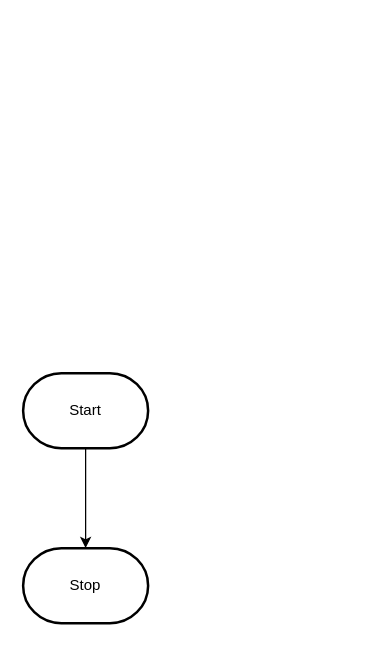
Before: design/flowchart.drawio in MTHS-ICS2O-2-2022/ICS2O-Unit-3-04-Yuri-Gabutero24, a draw.io diagram. Source tidied: cells renumbered, new cells numbered last; positions are measured from the earlier drawing's top-left corner, leaving out a move shared by most shapes. Both pictures are drawn from the tidied source at 125%, with x=0, y=0 at pixel (22, 372).
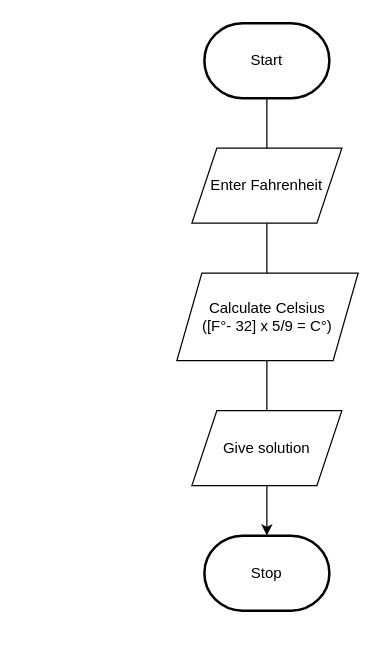
After the change.

What changed in the source:
```diff
@@
 <mxGraphModel>
   <root>
     <mxCell id="0" />
     <mxCell id="1" parent="0" />
+    <mxCell id="5" style="edgeStyle=orthogonalEdgeStyle;html=1;rounded=0;endArrow=none;" parent="1" edge="1" source="3" target="8">
+      <mxGeometry relative="1" as="geometry" />
+    </mxCell>
-    <mxCell id="2" style="edgeStyle=orthogonalEdgeStyle;html=1;rounded=0;" parent="1" edge="1" source="3" target="4">
+    <mxCell id="2" style="edgeStyle=orthogonalEdgeStyle;html=1;rounded=0;startArrow=none;" parent="1" edge="1" source="8" target="4">
       <mxGeometry relative="1" as="geometry" />
     </mxCell>
     <mxCell id="3" value="Start" style="strokeWidth=2;html=1;shape=mxgraph.flowchart.terminator;whiteSpace=wrap;" parent="1" vertex="1">
-      <mxGeometry width="100" height="60" as="geometry" />
+      <mxGeometry x="145" y="-280" width="100" height="60" as="geometry" />
     </mxCell>
     <mxCell id="4" value="Stop" style="strokeWidth=2;html=1;shape=mxgraph.flowchart.terminator;whiteSpace=wrap;" parent="1" vertex="1">
-      <mxGeometry y="140" width="100" height="60" as="geometry" />
+      <mxGeometry x="145" y="130" width="100" height="60" as="geometry" />
     </mxCell>
+    <mxCell id="6" value="Enter Fahrenheit" style="shape=parallelogram;perimeter=parallelogramPerimeter;whiteSpace=wrap;html=1;fixedSize=1;" parent="1" vertex="1">
+      <mxGeometry x="135" y="-180" width="120" height="60" as="geometry" />
+    </mxCell>
+    <mxCell id="7" value="Calculate Celsius&lt;br&gt;([F°- 32] x 5/9 = C°)" style="shape=parallelogram;perimeter=parallelogramPerimeter;whiteSpace=wrap;html=1;fixedSize=1;" parent="1" vertex="1">
+      <mxGeometry x="123" y="-80" width="145" height="70" as="geometry" />
+    </mxCell>
+    <mxCell id="8" value="Give solution" style="shape=parallelogram;perimeter=parallelogramPerimeter;whiteSpace=wrap;html=1;fixedSize=1;" parent="1" vertex="1">
+      <mxGeometry x="135" y="30" width="120" height="60" as="geometry" />
+    </mxCell>
   </root>
 </mxGraphModel>
```
